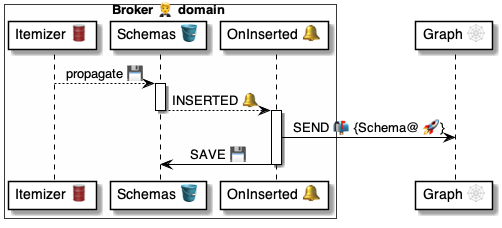
The PlantUML diagram 4 ⚙️ Solution/20 🧑‍🦰 UI/Brokers 🤵/🤵🪣 Broker tables/Schemas 🧩 table/🪣🔔 Inserted/🤵 OnSchemaInserted ⚙️ uml.png in pollyweb-org/pollyweb-docs, before a commit. Its source is kept beside it as 4 ⚙️ Solution/20 🧑‍🦰 UI/Brokers 🤵/🤵🪣 Broker tables/Schemas 🧩 table/🪣🔔 Inserted/🤵 OnSchemaInserted ⚙️ uml.puml. Its diagram source:
```plantuml
@startuml OnDomainInserted

box Broker 🤵 domain #FFFFFA
    participant "Itemizer 🛢" as itemizer
    participant "Schemas 🪣" as table
    participant "OnInserted 🔔" as handler
end box
participant "Graph 🕸" as graph


itemizer --> table: propagate 💾

activate table
    table --> handler: INSERTED 🔔
deactivate table

activate handler
    handler -> graph: SEND 📬 {Schema@ 🚀}
    handler -> table: SAVE 💾
deactivate handler

@enduml
```
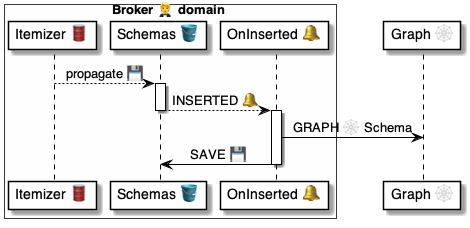
The same diagram one commit later.

Change to the diagram source:
```diff
@@ -15,7 +15,7 @@
 deactivate table
 
 activate handler
-    handler -> graph: SEND 📬 {Schema@ 🚀}
+    handler -> graph: GRAPH 🕸 Schema
     handler -> table: SAVE 💾
 deactivate handler
 
```
